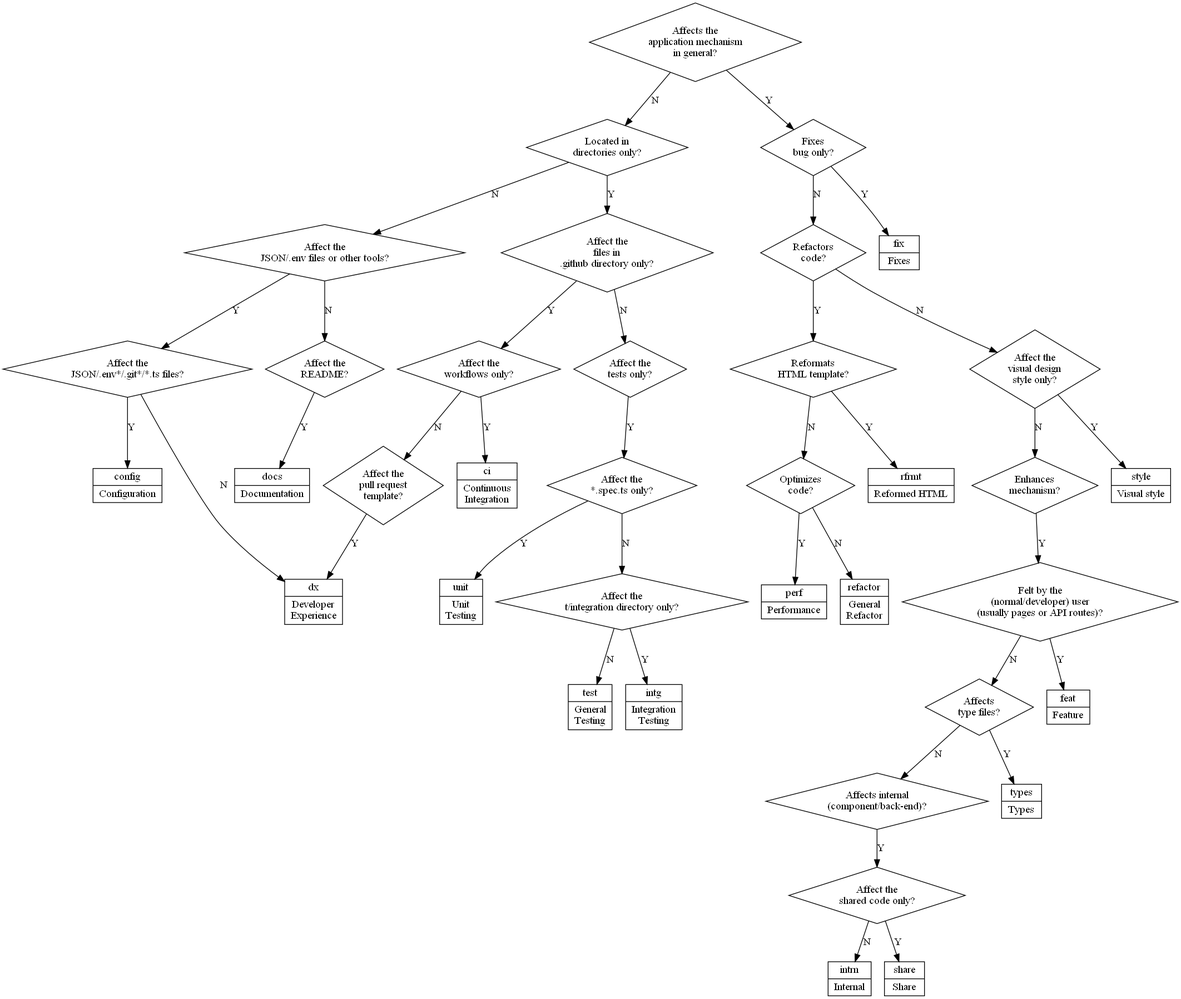
Earlier version of the Graphviz export dx/commit_type_guide.png (lemredd/talakutnangan). Its source is kept beside it as dx/commit_type_guide.dot.
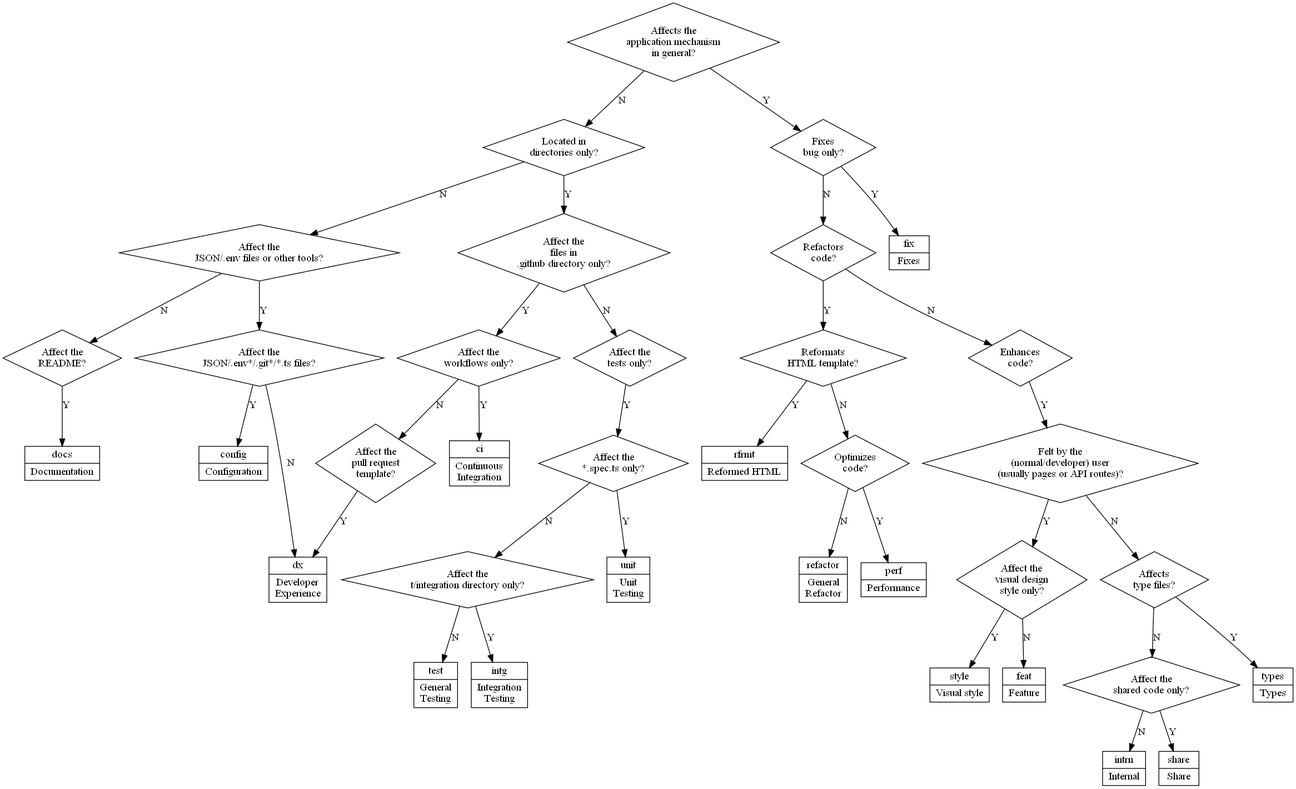
Above is the later version.

Commit message:
dx(guide): restructure the decision tree

Change to the diagram source:
```diff
@@ -18,13 +18,12 @@
 		refactor_code [ label = "Refactors\ncode?" ]
 		affects_html_structure [ label = "Reformats\nHTML template?" ]
 		optimize_code [ label = "Optimizes\ncode?" ]
+		does_enhance [ label = "Enhances\ncode?" ]
 		affects_style [ label = "Affect the\nvisual design\nstyle only?" ]
-		does_enhance [ label = "Enhances\nmechanism?" ]
 		affects_user [
 			label = "Felt by the\n(normal/developer) user\n(usually pages or API routes)?"
 		]
 		affects_types [ label = "Affects\ntype files?" ]
-		affects_internals [ label = "Affects internal\n(component/back-end)?" ]
 		affects_shared [ label = "Affect the\nshared code only?" ]
 	}
 
@@ -62,11 +61,10 @@
 		refactor_code -> affects_html_structure
 		affects_html_structure -> rfrmt
 		optimize_code -> perf
+		does_enhance -> affects_user
+		affects_user -> affects_style
 		affects_style -> style
-		does_enhance -> affects_user
-		affects_user -> feat
 		affects_types -> types
-		affects_internals -> affects_shared
 		affects_shared -> share
 	}
 
@@ -83,10 +81,10 @@
 		squash_bug -> refactor_code
 		affects_html_structure -> optimize_code
 		optimize_code -> refactor
-		refactor_code -> affects_style
-		affects_style -> does_enhance
+		refactor_code -> does_enhance
+		affects_style -> feat
 		affects_user -> affects_types
-		affects_types -> affects_internals
+		affects_types -> affects_shared
 		affects_shared -> intrn
 	}
 }
```
